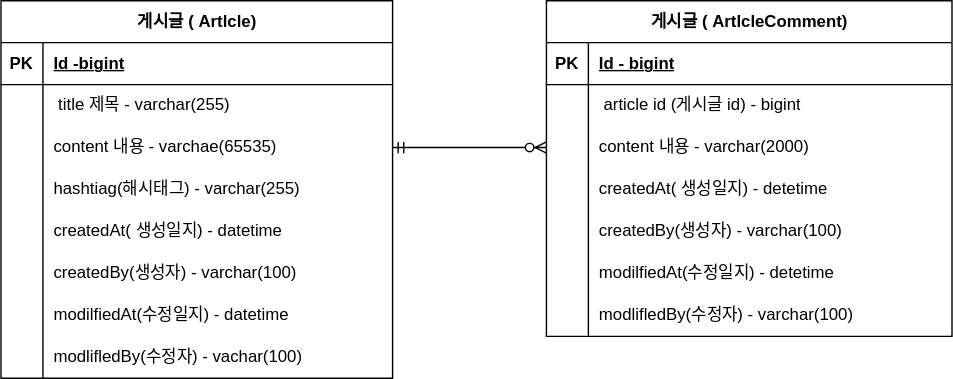
Before: document/project-board-erd.svg, a diagram exported from draw.io (snskwhsrud/notice-board). Source tidied: cells renumbered, new cells last; positions are measured from the earlier drawing's top-left corner, leaving out a move shared by most shapes.
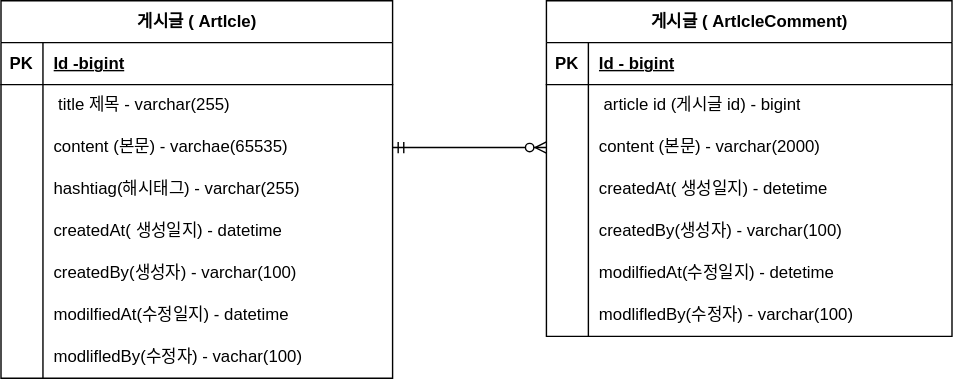
The same file after the commit.

Commit message:
#6- ERD 주석 업데이트:project-board-erd.svg 업데이트

What changed in the source:
```diff
@@ -29,7 +29,7 @@
     <mxCell id="10" style="shape=partialRectangle;fillColor=none;top=0;left=0;bottom=0;right=0;overflow=hidden;whiteSpace=wrap;html=1;" parent="9" vertex="1">
       <mxGeometry width="30" height="30" as="geometry" />
     </mxCell>
-    <mxCell id="11" value="content 내용 - varchae(65535)" style="shape=partialRectangle;fillColor=none;top=0;left=0;bottom=0;right=0;align=left;spacingLeft=6;overflow=hidden;whiteSpace=wrap;html=1;" parent="9" vertex="1">
+    <mxCell id="11" value="content (본문) - varchae(65535)" style="shape=partialRectangle;fillColor=none;top=0;left=0;bottom=0;right=0;align=left;spacingLeft=6;overflow=hidden;whiteSpace=wrap;html=1;" parent="9" vertex="1">
       <mxGeometry x="30" width="250" height="30" as="geometry" />
     </mxCell>
     <mxCell id="12" style="shape=tableRow;horizontal=0;startSize=0;swimlaneHead=0;swimlaneBody=0;fillColor=none;top=0;left=0;right=0;bottom=0;" parent="2" vertex="1">
@@ -104,7 +104,7 @@
     <mxCell id="35" style="shape=partialRectangle;fillColor=none;top=0;left=0;bottom=0;right=0;overflow=hidden;whiteSpace=wrap;html=1;" parent="34" vertex="1">
       <mxGeometry width="30" height="30" as="geometry" />
     </mxCell>
-    <mxCell id="36" value="content 내용 - varchar(2000)" style="shape=partialRectangle;fillColor=none;top=0;left=0;bottom=0;right=0;align=left;spacingLeft=6;overflow=hidden;whiteSpace=wrap;html=1;" parent="34" vertex="1">
+    <mxCell id="36" value="content (본문) - varchar(2000)" style="shape=partialRectangle;fillColor=none;top=0;left=0;bottom=0;right=0;align=left;spacingLeft=6;overflow=hidden;whiteSpace=wrap;html=1;" parent="34" vertex="1">
       <mxGeometry x="30" width="260" height="30" as="geometry" />
     </mxCell>
     <mxCell id="37" style="shape=tableRow;horizontal=0;startSize=0;swimlaneHead=0;swimlaneBody=0;fillColor=none;top=0;left=0;right=0;bottom=0;" parent="27" vertex="1">
```
